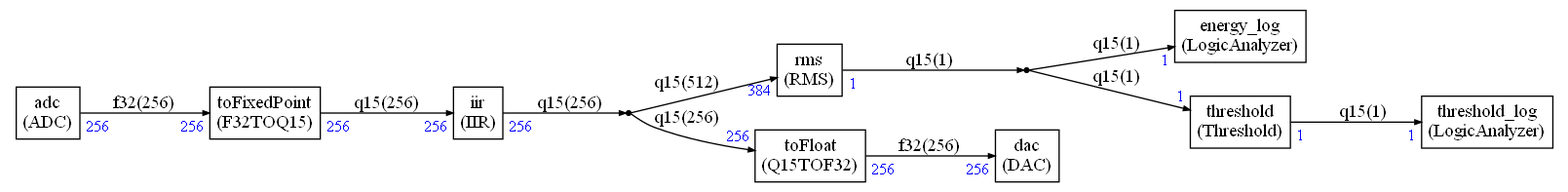
Before: ComputeGraph/Pictures/graph.png, a diagram exported from Graphviz (Arm-Examples/CMSIS-Stream-PoC). Its source is kept beside it as ComputeGraph/Pictures/graph.dot.
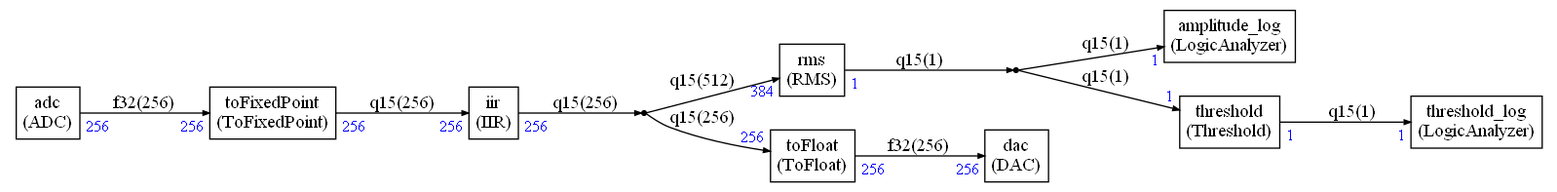
After the change.

Change to the diagram source:
```diff
@@ -12,6 +12,13 @@
   </TR>
 </TABLE>>];
 
+amplitude_log [label=<
+<TABLE BORDER="0" CELLBORDER="1" CELLSPACING="0" CELLPADDING="4">
+  <TR>
+    <TD ALIGN="CENTER" PORT="i">amplitude_log<BR/>(LogicAnalyzer)</TD>
+  </TR>
+</TABLE>>];
+
 dac [label=<
 <TABLE BORDER="0" CELLBORDER="1" CELLSPACING="0" CELLPADDING="4">
   <TR>
@@ -22,13 +29,6 @@
 dup0 [shape=point,label=dup0]
 
 dup1 [shape=point,label=dup1]
-
-energy_log [label=<
-<TABLE BORDER="0" CELLBORDER="1" CELLSPACING="0" CELLPADDING="4">
-  <TR>
-    <TD ALIGN="CENTER" PORT="i">energy_log<BR/>(LogicAnalyzer)</TD>
-  </TR>
-</TABLE>>];
 
 iir [label=<
 <TABLE BORDER="0" CELLBORDER="1" CELLSPACING="0" CELLPADDING="4">
@@ -129,7 +129,7 @@
 ]
 
 
-dup1 -> energy_log:i [label="q15(1)"
+dup1 -> amplitude_log:i [label="q15(1)"
 ,headlabel=<<TABLE BORDER="0" CELLPADDING="2"><TR><TD><FONT COLOR="blue" POINT-SIZE="12.0" >1</FONT>
 </TD></TR></TABLE>>
 ]
```
